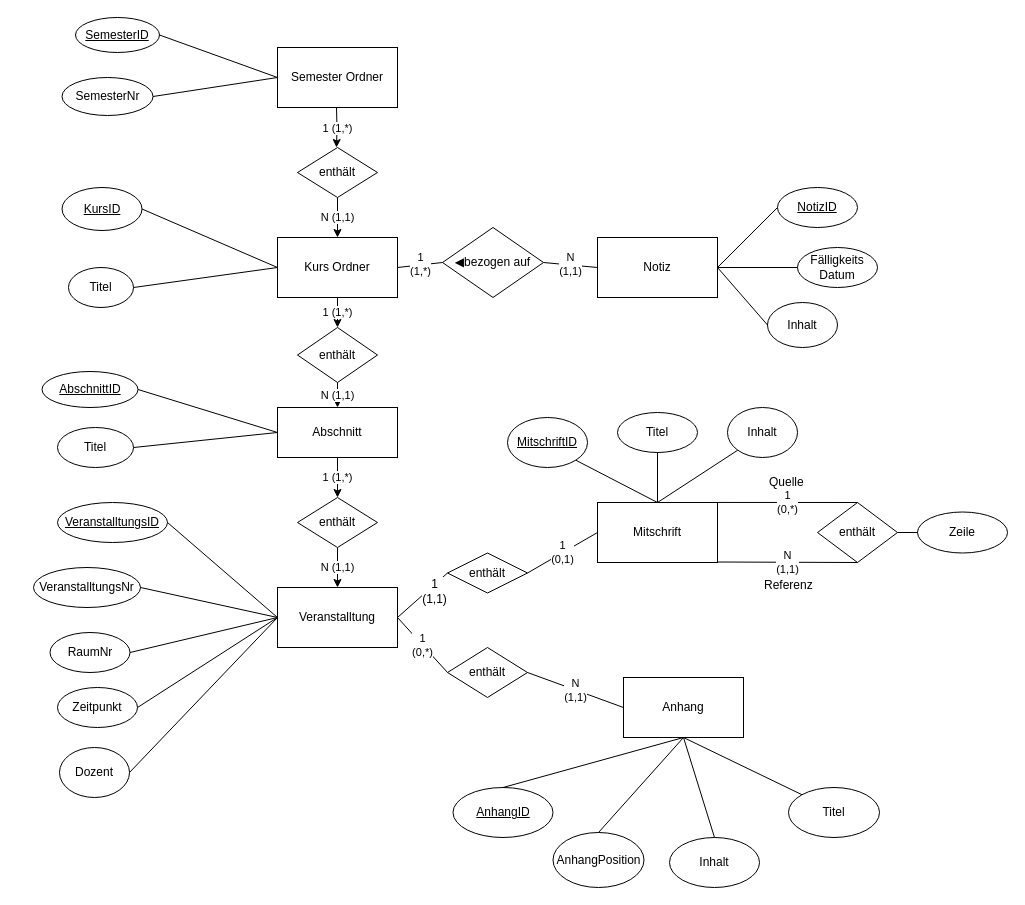
jdsee/today keeps this draw.io diagram as todayERD.drawio. Above is the earlier version. Source tidied: cells renumbered, new cells numbered last; positions are measured from the earlier drawing's top-left corner, leaving out a move shared by most shapes. Both pictures are drawn from the tidied source at 100%, with x=0, y=0 at pixel (33, 17).
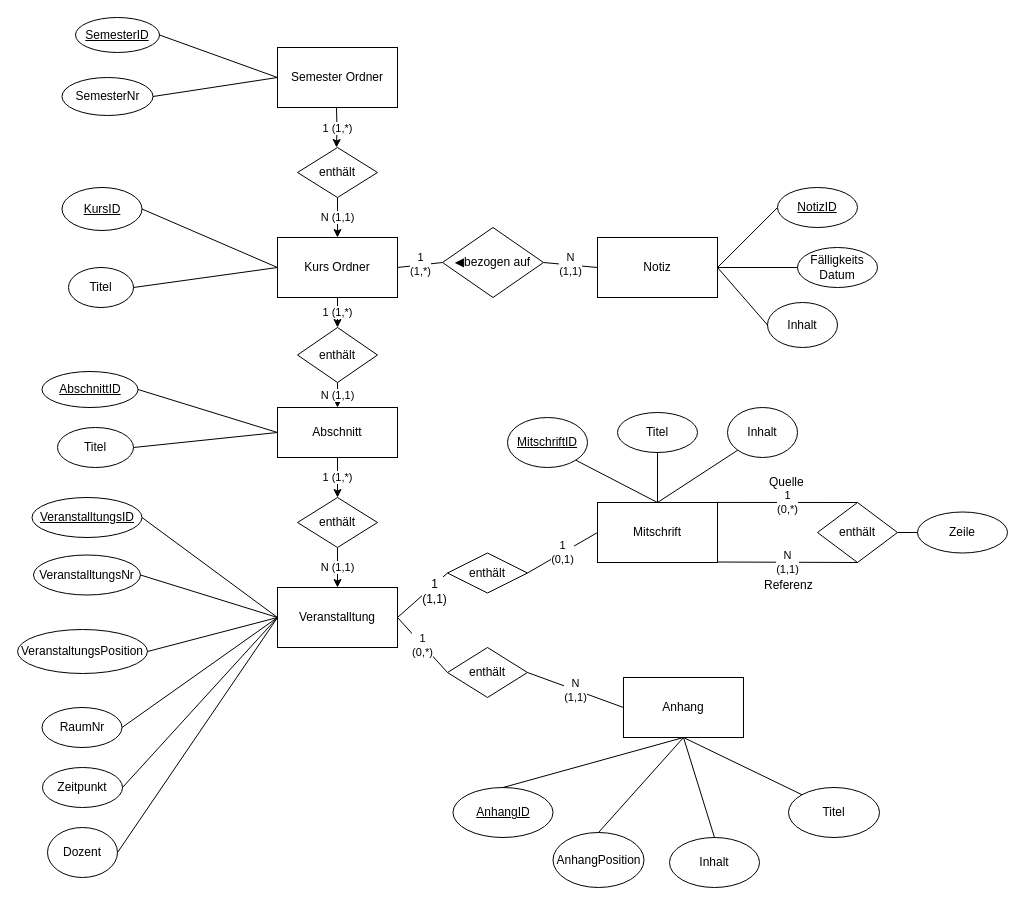
Above is the later version.

The change refers to these unchanged cells:
```xml
<mxCell id="13" value="Veranstalltung" style="rounded=0;whiteSpace=wrap;html=1;" parent="1" vertex="1">
  <mxGeometry x="244" y="570" width="120" height="60" as="geometry" />
</mxCell>
```

Change to the diagram source:
```diff
@@
     <mxCell id="18" value="RaumNr" style="ellipse;whiteSpace=wrap;html=1;" parent="1" vertex="1">
-      <mxGeometry x="16.5" y="615" width="80" height="40" as="geometry" />
+      <mxGeometry x="8.5" y="690" width="80" height="40" as="geometry" />
     </mxCell>
@@
     <mxCell id="20" value="Zeitpunkt" style="ellipse;whiteSpace=wrap;html=1;" parent="1" vertex="1">
-      <mxGeometry x="24" y="670" width="80" height="40" as="geometry" />
+      <mxGeometry x="9" y="750" width="80" height="40" as="geometry" />
     </mxCell>
@@
     <mxCell id="22" value="Dozent" style="ellipse;whiteSpace=wrap;html=1;" parent="1" vertex="1">
-      <mxGeometry x="26" y="730" width="70" height="50" as="geometry" />
+      <mxGeometry x="14" y="810" width="70" height="50" as="geometry" />
     </mxCell>
@@
     <mxCell id="24" value="&lt;u&gt;VeranstalltungsID&lt;/u&gt;" style="ellipse;whiteSpace=wrap;html=1;" parent="1" vertex="1">
-      <mxGeometry x="24" y="485" width="110" height="40" as="geometry" />
+      <mxGeometry x="-1.5" y="480" width="110" height="40" as="geometry" />
     </mxCell>
@@
     <mxCell id="71" value="VeranstalltungsNr" style="ellipse;whiteSpace=wrap;html=1;" parent="1" vertex="1">
-      <mxGeometry y="550" width="107" height="40" as="geometry" />
+      <mxGeometry y="537.5" width="107" height="40" as="geometry" />
     </mxCell>
@@
+    <mxCell id="77" value="VeranstaltungsPosition" style="ellipse;whiteSpace=wrap;html=1;" parent="1" vertex="1">
+      <mxGeometry x="-16" y="612" width="130" height="44" as="geometry" />
+    </mxCell>
+    <mxCell id="78" style="endArrow=none;html=1;entryX=0;entryY=0.5;entryDx=0;entryDy=0;exitX=1;exitY=0.5;exitDx=0;exitDy=0;" parent="1" edge="1" source="77" target="13">
+      <mxGeometry relative="1" as="geometry" />
+    </mxCell>
```
